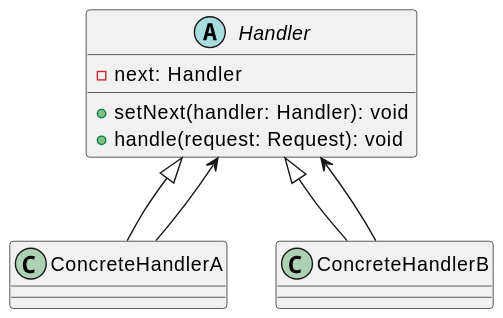
Before: out/patterns/chain/chain.svg, a diagram exported from PlantUML (KubEF/architecture-learn-materials). Its diagram source:
```plantuml
@startuml
abstract class Handler {
    -next: Handler
    +setNext(handler: Handler): void
    +handle(request: Request): void
}

class ConcreteHandlerA extends Handler {}
class ConcreteHandlerB extends Handler {}

ConcreteHandlerA --> Handler
ConcreteHandlerB --> Handler
@enduml
```
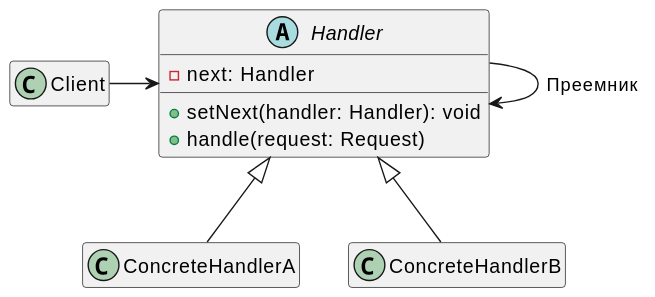
Above is the later version.

Diff of the diagram source:
```diff
@@ -1,13 +1,16 @@
 @startuml
+hide empty members
+class Client{}
+
 abstract class Handler {
     -next: Handler
     +setNext(handler: Handler): void
-    +handle(request: Request): void
+    +handle(request: Request)
 }
 
 class ConcreteHandlerA extends Handler {}
 class ConcreteHandlerB extends Handler {}
 
-ConcreteHandlerA --> Handler
-ConcreteHandlerB --> Handler
+Client -> Handler
+Handler -> Handler : Преемник
 @enduml
```
